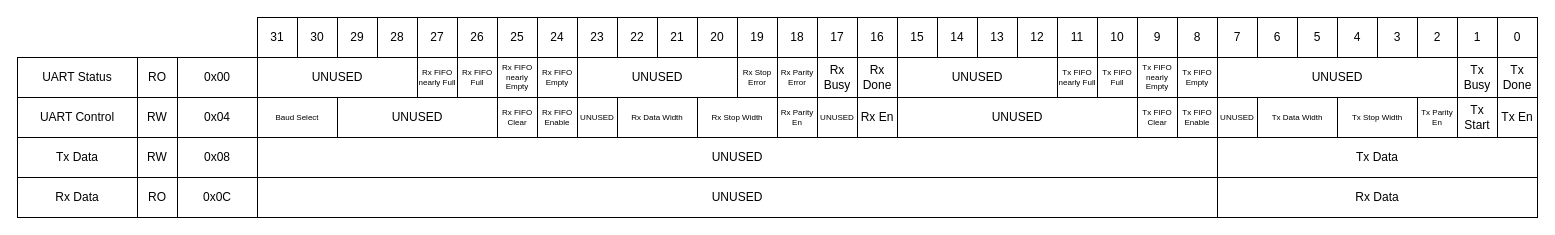
Before: page "reg_map" (3 of 4) of docs/fpga_uart_arch.drawio in T-Szymk/fpga_uart, a draw.io diagram. Source tidied: cells renumbered, new cells numbered last; positions are measured from the earlier drawing's top-left corner, leaving out a move shared by most shapes. Both pictures are drawn from the tidied source at 100%, with x=0, y=0 at pixel (17, 17).
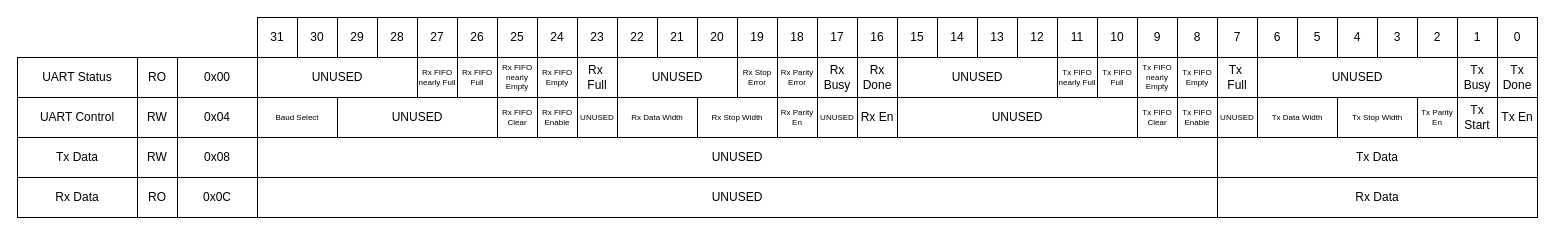
The same page after the edit.

Commit message (it also covers changes not shown here):
add Tx/Rx full flags + logic to registers

The edit, as a diff of the source:
```diff
@@
     <mxCell id="63" value="UNUSED" style="rounded=0;whiteSpace=wrap;html=1;fontSize=12;" parent="1" vertex="1">
-      <mxGeometry x="560" y="40" width="160" height="40" as="geometry" />
+      <mxGeometry x="600" y="40" width="120" height="40" as="geometry" />
     </mxCell>
     <mxCell id="64" value="UNUSED" style="rounded=0;whiteSpace=wrap;html=1;fontSize=12;" parent="1" vertex="1">
-      <mxGeometry x="1200" y="40" width="240" height="40" as="geometry" />
+      <mxGeometry x="1240" y="40" width="200" height="40" as="geometry" />
     </mxCell>
@@
+    <mxCell id="88" value="Tx&amp;nbsp;&lt;div&gt;Full&lt;/div&gt;" style="rounded=0;whiteSpace=wrap;html=1;" parent="1" vertex="1">
+      <mxGeometry x="1200" y="40" width="40" height="40" as="geometry" />
+    </mxCell>
+    <mxCell id="89" value="Rx&amp;nbsp;&lt;div&gt;Full&lt;/div&gt;" style="rounded=0;whiteSpace=wrap;html=1;" parent="1" vertex="1">
+      <mxGeometry x="560" y="40" width="40" height="40" as="geometry" />
+    </mxCell>
```
